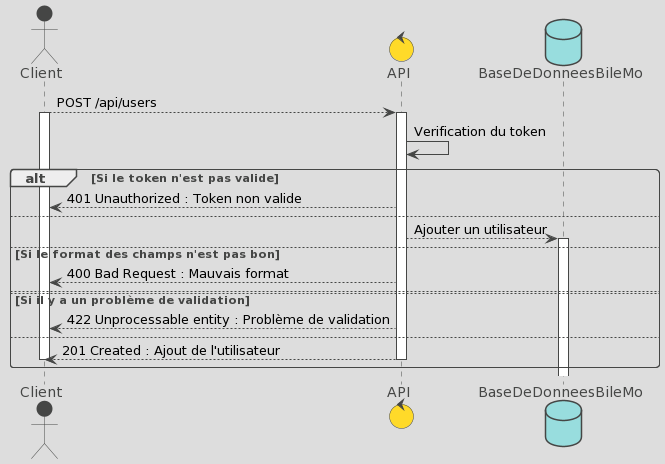
Earlier version of the PlantUML export diagrammes/sequence/diagramme_sequence_add_user.png (Zveltana/bileMo).
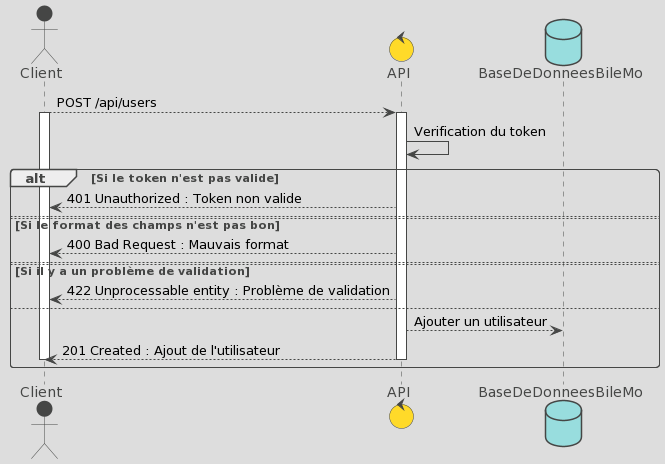
After the commit.

Diff of the diagram source:
```diff
@@ -14,9 +14,6 @@
   API --> Client : 401 Unauthorized : Token non valide
 else
 
-API --> BaseDeDonneesBileMo : Ajouter un utilisateur
-Activate BaseDeDonneesBileMo
-
 else Si le format des champs n'est pas bon
   API --> Client : 400 Bad Request : Mauvais format
 else
@@ -25,6 +22,8 @@
   API --> Client : 422 Unprocessable entity : Problème de validation
 else
 
+API --> BaseDeDonneesBileMo : Ajouter un utilisateur
+
 API --> Client : 201 Created : Ajout de l'utilisateur
 
 Deactivate Client
```
